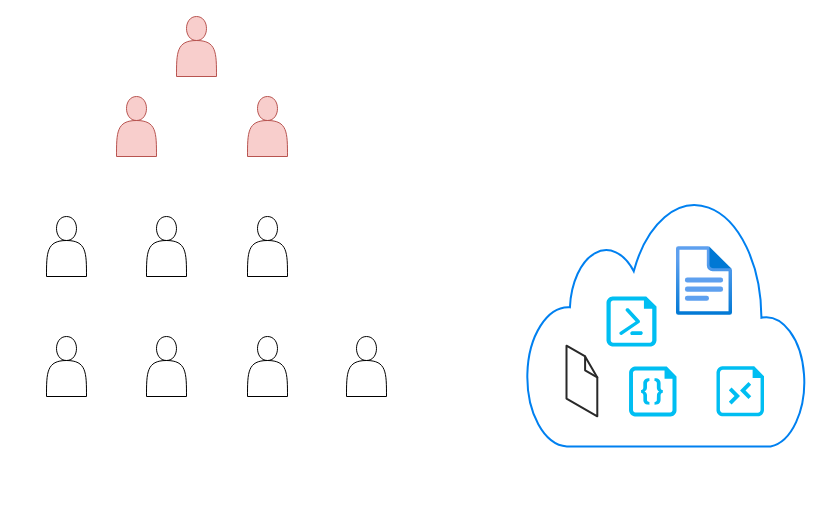
Before: Levelled-ABE.drawio in huyle84/diagrams, a draw.io diagram. Source tidied: cells renumbered, new cells numbered last; positions are measured from the earlier drawing's top-left corner, leaving out a move shared by most shapes. Both pictures are drawn from the tidied source at 100%, with x=0, y=0 at pixel (46, 16).
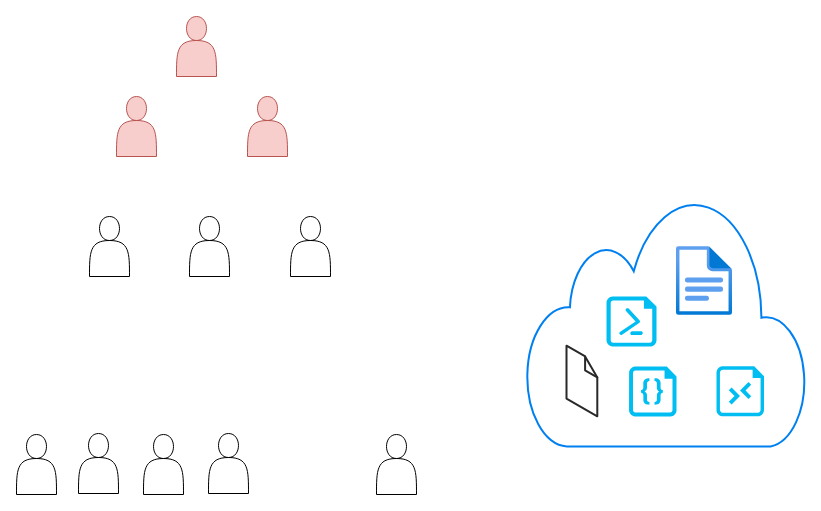
The same diagram, later.

The edit, as a diff of the source:
```diff
@@
 <mxGraphModel>
   <root>
     <mxCell id="0" />
     <mxCell id="1" parent="0" />
     <mxCell id="2" style="shape=actor;whiteSpace=wrap;html=1;fillColor=#f8cecc;strokeColor=#b85450;" parent="1" vertex="1">
       <mxGeometry x="130" width="40" height="60" as="geometry" />
     </mxCell>
     <mxCell id="3" style="shape=actor;whiteSpace=wrap;html=1;" parent="1" vertex="1">
-      <mxGeometry x="201" y="200" width="40" height="60" as="geometry" />
+      <mxGeometry x="244" y="200" width="40" height="60" as="geometry" />
     </mxCell>
     <mxCell id="4" style="shape=actor;whiteSpace=wrap;html=1;" parent="1" vertex="1">
-      <mxGeometry y="200" width="40" height="60" as="geometry" />
+      <mxGeometry x="43" y="200" width="40" height="60" as="geometry" />
     </mxCell>
     <mxCell id="5" style="shape=actor;whiteSpace=wrap;html=1;" parent="1" vertex="1">
-      <mxGeometry x="100" y="200" width="40" height="60" as="geometry" />
+      <mxGeometry x="143" y="200" width="40" height="60" as="geometry" />
     </mxCell>
     <mxCell id="6" style="html=1;verticalLabelPosition=bottom;align=center;labelBackgroundColor=#ffffff;verticalAlign=top;strokeWidth=2;strokeColor=#0080F0;shadow=0;dashed=0;shape=mxgraph.ios7.icons.cloud;" parent="1" vertex="1">
       <mxGeometry x="480" y="180" width="280" height="250" as="geometry" />
     </mxCell>
     <mxCell id="7" style="verticalLabelPosition=bottom;html=1;verticalAlign=top;strokeWidth=1;align=center;dashed=0;shape=mxgraph.aws3d.file;strokeColor=#292929;" parent="1" vertex="1">
       <mxGeometry x="520" y="329.2" width="30.8" height="70.6" as="geometry" />
     </mxCell>
     <mxCell id="8" style="verticalLabelPosition=bottom;html=1;verticalAlign=top;align=center;strokeColor=none;fillColor=#00BEF2;shape=mxgraph.azure.code_file;" parent="1" vertex="1">
       <mxGeometry x="582.5" y="350" width="47.5" height="50" as="geometry" />
     </mxCell>
     <mxCell id="9" style="verticalLabelPosition=bottom;html=1;verticalAlign=top;align=center;strokeColor=none;fillColor=#00BEF2;shape=mxgraph.azure.powershell_file;" parent="1" vertex="1">
       <mxGeometry x="560" y="280" width="50" height="50" as="geometry" />
     </mxCell>
     <mxCell id="10" style="image;html=1;align=center;fontSize=12;image=img/lib/azure2/general/File.svg;" parent="1" vertex="1">
       <mxGeometry x="630" y="230" width="56" height="69" as="geometry" />
     </mxCell>
     <mxCell id="11" style="verticalLabelPosition=bottom;html=1;verticalAlign=top;align=center;strokeColor=none;fillColor=#00BEF2;shape=mxgraph.azure.rdp_remoting_file;" parent="1" vertex="1">
       <mxGeometry x="670" y="349.8" width="47.5" height="50" as="geometry" />
     </mxCell>
     <mxCell id="12" style="shape=actor;whiteSpace=wrap;html=1;" parent="1" vertex="1">
-      <mxGeometry y="320" width="40" height="60" as="geometry" />
+      <mxGeometry x="-30" y="418" width="40" height="60" as="geometry" />
     </mxCell>
     <mxCell id="13" style="shape=actor;whiteSpace=wrap;html=1;" parent="1" vertex="1">
-      <mxGeometry x="100" y="320" width="40" height="60" as="geometry" />
+      <mxGeometry x="97" y="418" width="40" height="60" as="geometry" />
     </mxCell>
     <mxCell id="14" style="shape=actor;whiteSpace=wrap;html=1;" parent="1" vertex="1">
-      <mxGeometry x="201" y="320" width="40" height="60" as="geometry" />
+      <mxGeometry x="162" y="417" width="40" height="60" as="geometry" />
     </mxCell>
     <mxCell id="15" style="shape=actor;whiteSpace=wrap;html=1;" parent="1" vertex="1">
-      <mxGeometry x="300" y="320" width="40" height="60" as="geometry" />
+      <mxGeometry x="330" y="418" width="40" height="60" as="geometry" />
     </mxCell>
     <mxCell id="16" style="shape=actor;whiteSpace=wrap;html=1;fillColor=#f8cecc;strokeColor=#b85450;" parent="1" vertex="1">
       <mxGeometry x="201" y="80" width="40" height="60" as="geometry" />
     </mxCell>
     <mxCell id="17" style="shape=actor;whiteSpace=wrap;html=1;fillColor=#f8cecc;strokeColor=#b85450;" parent="1" vertex="1">
       <mxGeometry x="70" y="80" width="40" height="60" as="geometry" />
     </mxCell>
+    <mxCell id="18" style="shape=actor;whiteSpace=wrap;html=1;" parent="1" vertex="1">
+      <mxGeometry x="32" y="417" width="40" height="60" as="geometry" />
+    </mxCell>
   </root>
 </mxGraphModel>
```
